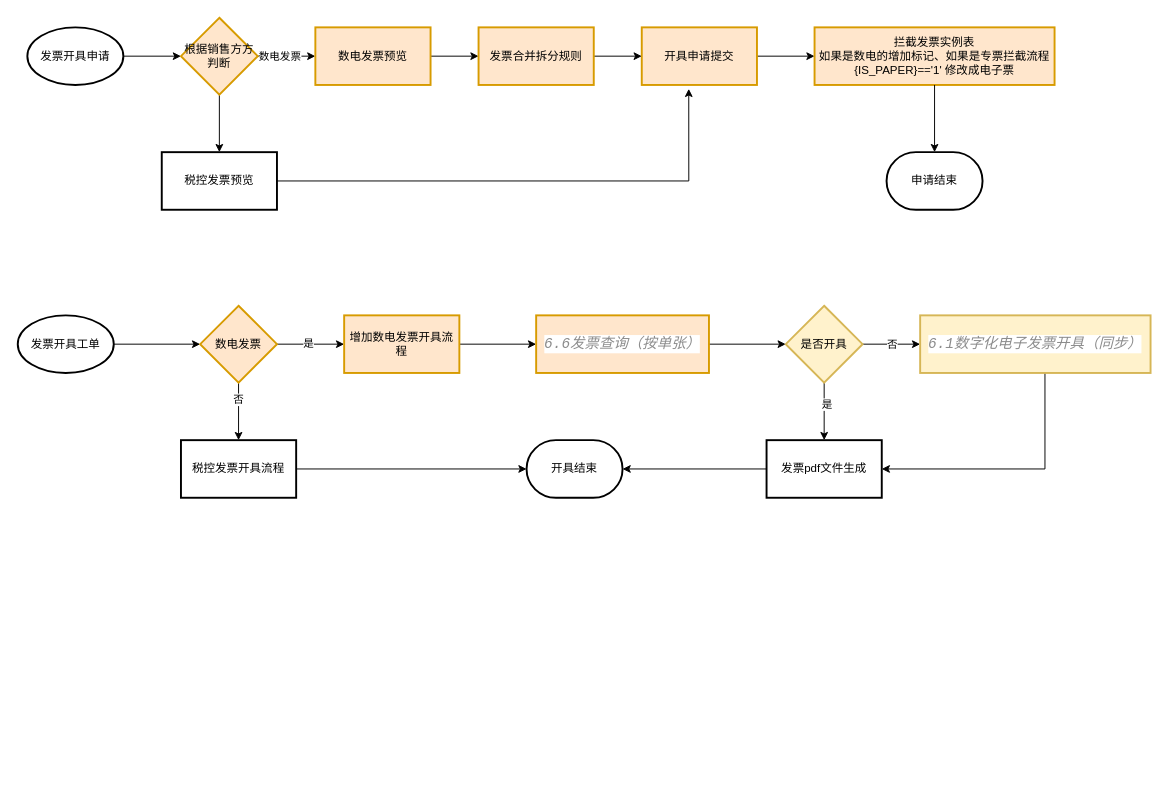
Above: 数电发票改造方案.drawio in 315944211/doc (draw.io), before the change. Source tidied: cells renumbered, new cells numbered last; positions are measured from the earlier drawing's top-left corner, leaving out a move shared by most shapes. Both pictures are drawn from the tidied source at 96%, with x=0, y=0 at pixel (17, 17).
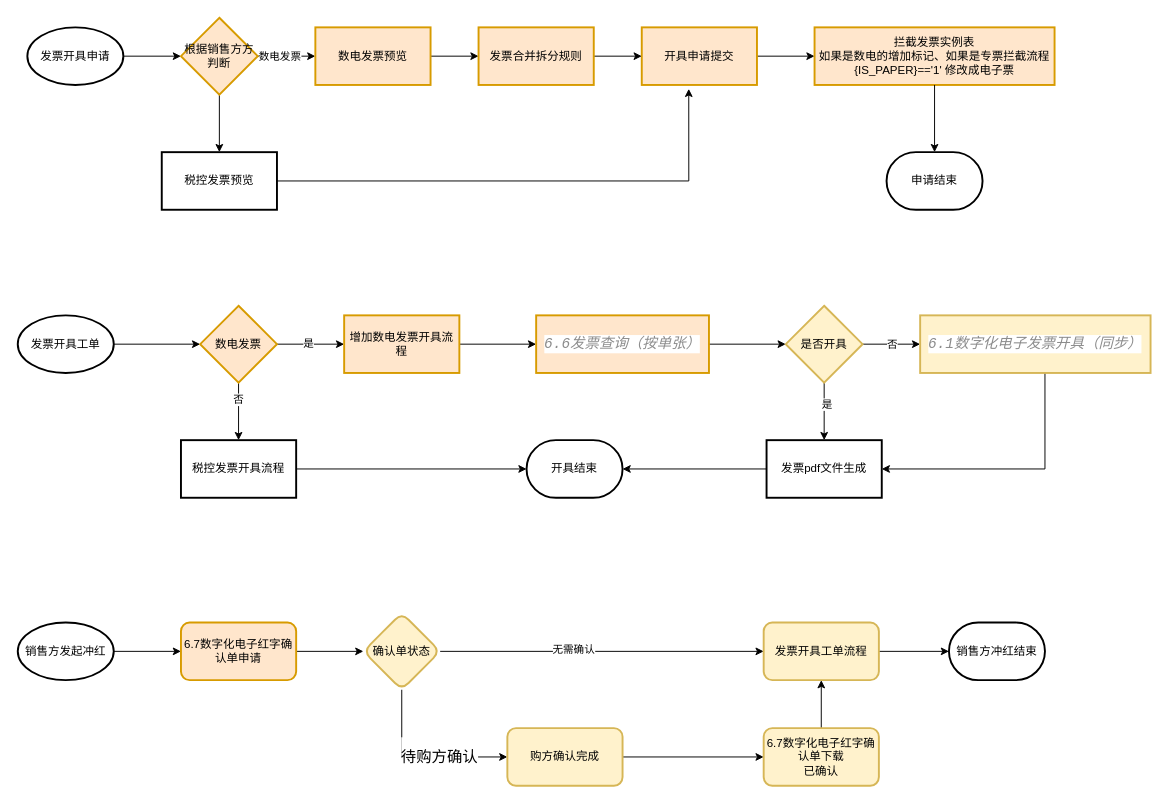
The same page after the edit.

Commit message:
更新数电发票改造方案.drawio

Change to the diagram source:
```diff
@@
+    <mxCell id="42" style="edgeStyle=orthogonalEdgeStyle;rounded=0;jettySize=auto;html=1;" parent="1" edge="1" source="43" target="45">
+      <mxGeometry relative="1" as="geometry" />
+    </mxCell>
+    <mxCell id="43" value="销售方发起冲红" style="strokeWidth=2;html=1;shape=mxgraph.flowchart.start_1;whiteSpace=wrap;" parent="1" vertex="1">
+      <mxGeometry y="630" width="100" height="60" as="geometry" />
+    </mxCell>
+    <mxCell id="44" style="edgeStyle=orthogonalEdgeStyle;rounded=0;jettySize=auto;html=1;" parent="1" edge="1" source="45" target="51">
+      <mxGeometry relative="1" as="geometry" />
+    </mxCell>
+    <mxCell id="45" value="6.7数字化电子红字确认单申请" style="rounded=1;whiteSpace=wrap;html=1;strokeWidth=2;fillColor=#ffe6cc;strokeColor=#d79b00;" parent="1" vertex="1">
+      <mxGeometry x="170" y="630" width="120" height="60" as="geometry" />
+    </mxCell>
+    <mxCell id="46" style="edgeStyle=orthogonalEdgeStyle;rounded=0;jettySize=auto;html=1;entryX=0;entryY=0.5;entryDx=0;entryDy=0;" parent="1" edge="1" source="51" target="55">
+      <mxGeometry relative="1" as="geometry">
+        <Array as="points">
+          <mxPoint x="400" y="770" />
+        </Array>
+      </mxGeometry>
+    </mxCell>
+    <mxCell id="47" value="&lt;p style=&quot;margin: 0pt 0pt 0.0001pt; text-align: justify; font-family: Calibri; font-size: 12pt; text-wrap: wrap;&quot; class=&quot;MsoNormal&quot;&gt;&lt;br&gt;&lt;/p&gt;" style="edgeLabel;html=1;align=center;verticalAlign=middle;" parent="46" vertex="1">
+      <mxGeometry x="-0.27" y="-1" relative="1" as="geometry" />
+    </mxCell>
+    <mxCell id="48" value="&lt;p class=&quot;MsoNormal&quot;&gt;&lt;font face=&quot;宋体&quot;&gt;&lt;span style=&quot;font-size: 16px;&quot;&gt;待购方确认&lt;/span&gt;&lt;/font&gt;&lt;/p&gt;" style="edgeLabel;html=1;align=center;verticalAlign=middle;" parent="46" vertex="1">
+      <mxGeometry x="0.2" y="1" relative="1" as="geometry" />
+    </mxCell>
+    <mxCell id="49" style="edgeStyle=orthogonalEdgeStyle;rounded=0;jettySize=auto;html=1;" parent="1" edge="1" source="51" target="53">
+      <mxGeometry relative="1" as="geometry" />
+    </mxCell>
+    <mxCell id="50" value="无需确认" style="edgeLabel;html=1;align=center;verticalAlign=middle;" parent="49" vertex="1">
+      <mxGeometry x="-0.18" y="3" relative="1" as="geometry" />
+    </mxCell>
+    <mxCell id="51" value="确认单状态" style="rhombus;whiteSpace=wrap;html=1;rounded=1;strokeWidth=2;fillColor=#fff2cc;strokeColor=#d6b656;" parent="1" vertex="1">
+      <mxGeometry x="360" y="620" width="80" height="80" as="geometry" />
+    </mxCell>
+    <mxCell id="52" style="edgeStyle=orthogonalEdgeStyle;rounded=0;jettySize=auto;html=1;" parent="1" edge="1" source="53" target="58">
+      <mxGeometry relative="1" as="geometry" />
+    </mxCell>
+    <mxCell id="53" value="发票开具工单流程" style="whiteSpace=wrap;html=1;rounded=1;strokeWidth=2;fillColor=#fff2cc;strokeColor=#d6b656;" parent="1" vertex="1">
+      <mxGeometry x="777" y="630" width="120" height="60" as="geometry" />
+    </mxCell>
+    <mxCell id="54" style="edgeStyle=orthogonalEdgeStyle;rounded=0;jettySize=auto;html=1;" parent="1" edge="1" source="55" target="57">
+      <mxGeometry relative="1" as="geometry" />
+    </mxCell>
+    <mxCell id="55" value="购方确认完成" style="whiteSpace=wrap;html=1;rounded=1;strokeWidth=2;fillColor=#fff2cc;strokeColor=#d6b656;" parent="1" vertex="1">
+      <mxGeometry x="510" y="740" width="120" height="60" as="geometry" />
+    </mxCell>
+    <mxCell id="56" style="edgeStyle=orthogonalEdgeStyle;rounded=0;jettySize=auto;html=1;" parent="1" edge="1" source="57" target="53">
+      <mxGeometry relative="1" as="geometry" />
+    </mxCell>
+    <mxCell id="57" value="6.7数字化电子红字确认单下载&lt;br&gt;已确认" style="whiteSpace=wrap;html=1;rounded=1;strokeWidth=2;fillColor=#fff2cc;strokeColor=#d6b656;" parent="1" vertex="1">
+      <mxGeometry x="777" y="740" width="120" height="60" as="geometry" />
+    </mxCell>
+    <mxCell id="58" value="销售方冲红结束" style="strokeWidth=2;html=1;shape=mxgraph.flowchart.terminator;whiteSpace=wrap;" parent="1" vertex="1">
+      <mxGeometry x="970" y="630" width="100" height="60" as="geometry" />
+    </mxCell>
```
